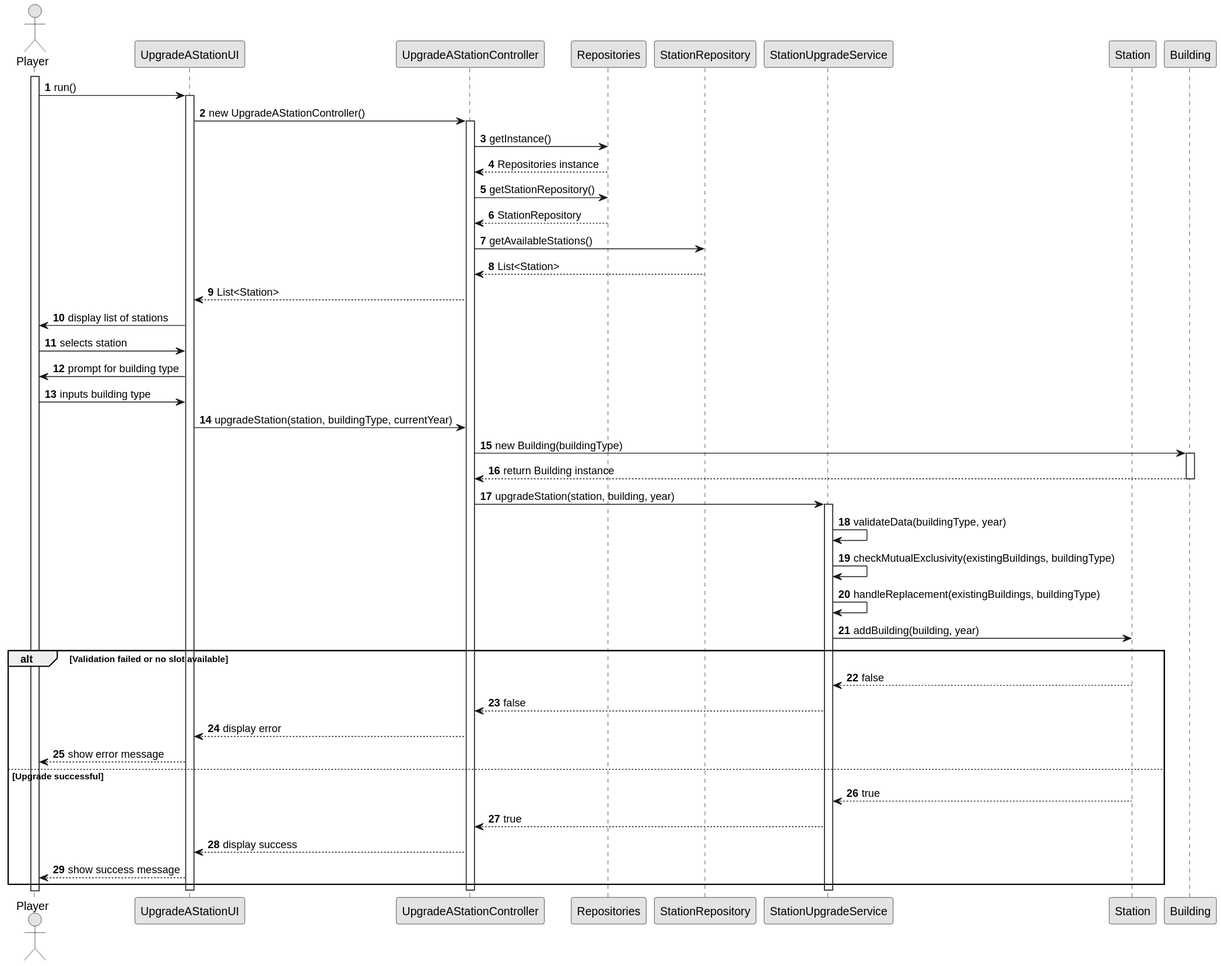
Before: docs/sprint2/us006/03.design/svg/us006-sequence-diagram-full.svg, a diagram exported from PlantUML (ivasduarte/all-aboard). The source it was exported from:
```plantuml
@startuml
skinparam monochrome true
skinparam packageStyle rectangle
skinparam shadowing false

autonumber

actor "Player" as Player
participant "UpgradeAStationUI" as UI
participant "UpgradeAStationController" as CTRL
participant "Repositories" as Repos
participant "StationRepository" as Station_REPO
participant "StationUpgradeService" as Station_UPG
participant "Station" as Station
participant "Building" as Building


activate Player

Player -> UI : run()
activate UI

UI -> CTRL : new UpgradeAStationController()
activate CTRL

CTRL -> Repos : getInstance()
Repos --> CTRL : Repositories instance

CTRL -> Repos : getStationRepository()
Repos --> CTRL : StationRepository

CTRL -> Station_REPO : getAvailableStations()
Station_REPO --> CTRL : List<Station>
CTRL --> UI : List<Station>

UI -> Player : display list of stations
Player -> UI : selects station
UI -> Player : prompt for building type
Player -> UI : inputs building type

UI -> CTRL : upgradeStation(station, buildingType, currentYear)

CTRL -> Building : new Building(buildingType)
activate Building
Building --> CTRL : return Building instance
deactivate Building

CTRL -> Station_UPG : upgradeStation(station, building, year)
activate Station_UPG

Station_UPG -> Station_UPG : validateData(buildingType, year)
Station_UPG -> Station_UPG : checkMutualExclusivity(existingBuildings, buildingType)
Station_UPG -> Station_UPG : handleReplacement(existingBuildings, buildingType)
Station_UPG -> Station : addBuilding(building, year)

alt Validation failed or no slot available
    Station --> Station_UPG : false
    Station_UPG --> CTRL : false
    CTRL --> UI : display error
    UI --> Player : show error message
else Upgrade successful
    Station --> Station_UPG : true
    Station_UPG --> CTRL : true
    CTRL --> UI : display success
    UI --> Player : show success message
end

deactivate Station_UPG
deactivate CTRL
deactivate UI
@enduml
```
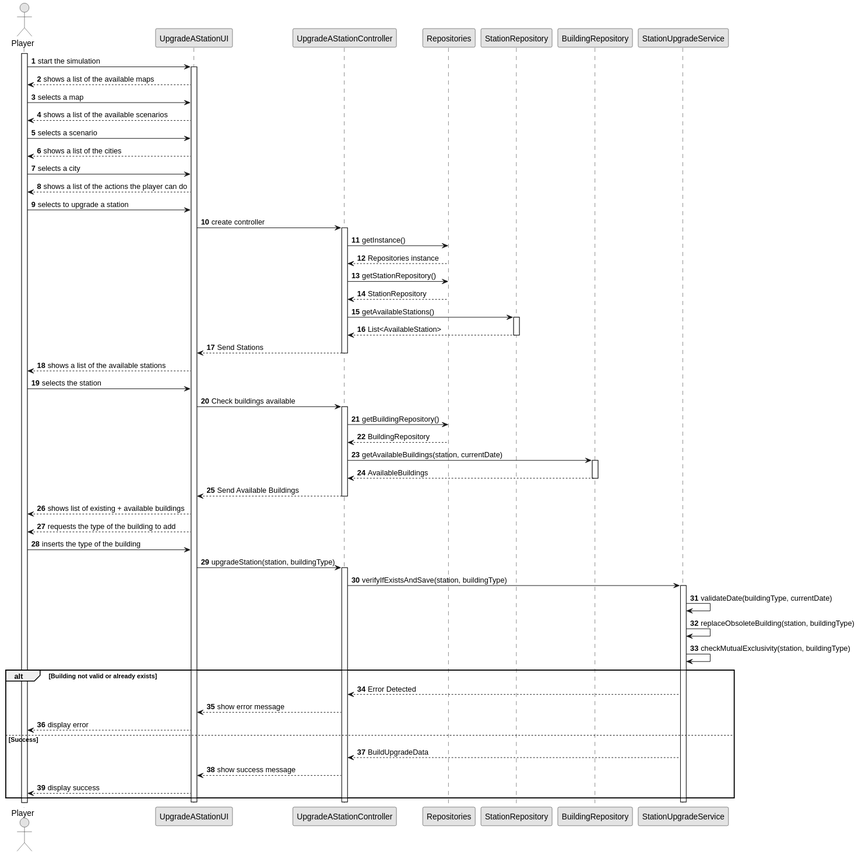
After the commit.

Commit message:
US06(docs): Definitive full diagram sequence

The edit, as a diff of the source:
```diff
@@ -10,17 +10,24 @@
 participant "UpgradeAStationController" as CTRL
 participant "Repositories" as Repos
 participant "StationRepository" as Station_REPO
-participant "StationUpgradeService" as Station_UPG
-participant "Station" as Station
-participant "Building" as Building
-
+participant "BuildingRepository" as Building_REPO
+participant "StationUpgradeService" as UpgradeService
 
 activate Player
 
-Player -> UI : run()
+Player -> UI : start the simulation
 activate UI
 
-UI -> CTRL : new UpgradeAStationController()
+UI --> Player : shows a list of the available maps
+Player -> UI : selects a map
+UI --> Player : shows a list of the available scenarios
+Player -> UI : selects a scenario
+UI --> Player : shows a list of the cities
+Player -> UI : selects a city
+UI --> Player : shows a list of the actions the player can do
+Player -> UI : selects to upgrade a station
+
+UI -> CTRL : create controller
 activate CTRL
 
 CTRL -> Repos : getInstance()
@@ -30,42 +37,52 @@
 Repos --> CTRL : StationRepository
 
 CTRL -> Station_REPO : getAvailableStations()
-Station_REPO --> CTRL : List<Station>
-CTRL --> UI : List<Station>
+activate Station_REPO
+Station_REPO --> CTRL : List<AvailableStation>
+deactivate Station_REPO
 
-UI -> Player : display list of stations
-Player -> UI : selects station
-UI -> Player : prompt for building type
-Player -> UI : inputs building type
+CTRL --> UI : Send Stations
+deactivate CTRL
 
-UI -> CTRL : upgradeStation(station, buildingType, currentYear)
+UI --> Player : shows a list of the available stations
+Player -> UI : selects the station
+UI -> CTRL : Check buildings available
+activate CTRL
 
-CTRL -> Building : new Building(buildingType)
-activate Building
-Building --> CTRL : return Building instance
-deactivate Building
+CTRL -> Repos : getBuildingRepository()
+Repos --> CTRL : BuildingRepository
 
-CTRL -> Station_UPG : upgradeStation(station, building, year)
-activate Station_UPG
+CTRL -> Building_REPO : getAvailableBuildings(station, currentDate)
+activate Building_REPO
+Building_REPO --> CTRL : AvailableBuildings
+deactivate Building_REPO
 
-Station_UPG -> Station_UPG : validateData(buildingType, year)
-Station_UPG -> Station_UPG : checkMutualExclusivity(existingBuildings, buildingType)
-Station_UPG -> Station_UPG : handleReplacement(existingBuildings, buildingType)
-Station_UPG -> Station : addBuilding(building, year)
+CTRL --> UI : Send Available Buildings
+deactivate CTRL
 
-alt Validation failed or no slot available
-    Station --> Station_UPG : false
-    Station_UPG --> CTRL : false
-    CTRL --> UI : display error
-    UI --> Player : show error message
-else Upgrade successful
-    Station --> Station_UPG : true
-    Station_UPG --> CTRL : true
-    CTRL --> UI : display success
-    UI --> Player : show success message
+UI --> Player : shows list of existing + available buildings
+UI --> Player : requests the type of the building to add
+Player -> UI : inserts the type of the building
+UI -> CTRL : upgradeStation(station, buildingType)
+activate CTRL
+
+CTRL -> UpgradeService : verifyIfExistsAndSave(station, buildingType)
+activate UpgradeService
+UpgradeService -> UpgradeService : validateDate(buildingType, currentDate)
+UpgradeService -> UpgradeService : replaceObsoleteBuilding(station, buildingType)
+UpgradeService -> UpgradeService : checkMutualExclusivity(station, buildingType)
+
+alt Building not valid or already exists
+    UpgradeService --> CTRL : Error Detected
+    CTRL --> UI : show error message
+    UI --> Player : display error
+else Success
+    UpgradeService --> CTRL : BuildUpgradeData
+    CTRL --> UI : show success message
+    UI --> Player : display success
 end
 
-deactivate Station_UPG
+deactivate UpgradeService
 deactivate CTRL
 deactivate UI
 @enduml
```
